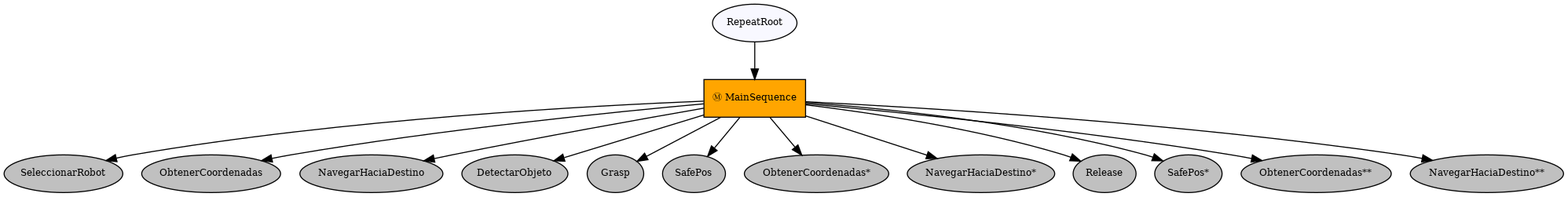
LuisLuar/Proyecto_Robotica keeps this Graphviz diagram as bt.png. Above is the earlier version. Its source is kept beside it as bt.dot. Source of this version:
```dot
digraph pastafarianism {
ordering=out;
graph [fontname="times-roman"];
node [fontname="times-roman"];
edge [fontname="times-roman"];
RepeatRoot [fillcolor=ghostwhite, fontcolor=black, fontsize=9, label=RepeatRoot, shape=ellipse, style=filled];
MainSequence [fillcolor=orange, fontcolor=black, fontsize=9, label="Ⓜ MainSequence", shape=box, style=filled];
RepeatRoot -> MainSequence;
SeleccionarRobot [fillcolor=gray, fontcolor=black, fontsize=9, label=SeleccionarRobot, shape=ellipse, style=filled];
MainSequence -> SeleccionarRobot;
ObtenerCoordenadas [fillcolor=gray, fontcolor=black, fontsize=9, label=ObtenerCoordenadas, shape=ellipse, style=filled];
MainSequence -> ObtenerCoordenadas;
NavegarHaciaDestino [fillcolor=gray, fontcolor=black, fontsize=9, label=NavegarHaciaDestino, shape=ellipse, style=filled];
MainSequence -> NavegarHaciaDestino;
DetectarObjeto [fillcolor=gray, fontcolor=black, fontsize=9, label=DetectarObjeto, shape=ellipse, style=filled];
MainSequence -> DetectarObjeto;
Grasp [fillcolor=gray, fontcolor=black, fontsize=9, label=Grasp, shape=ellipse, style=filled];
MainSequence -> Grasp;
SafePos [fillcolor=gray, fontcolor=black, fontsize=9, label=SafePos, shape=ellipse, style=filled];
MainSequence -> SafePos;
"ObtenerCoordenadas*" [fillcolor=gray, fontcolor=black, fontsize=9, label="ObtenerCoordenadas*", shape=ellipse, style=filled];
MainSequence -> "ObtenerCoordenadas*";
"NavegarHaciaDestino*" [fillcolor=gray, fontcolor=black, fontsize=9, label="NavegarHaciaDestino*", shape=ellipse, style=filled];
MainSequence -> "NavegarHaciaDestino*";
Release [fillcolor=gray, fontcolor=black, fontsize=9, label=Release, shape=ellipse, style=filled];
MainSequence -> Release;
"SafePos*" [fillcolor=gray, fontcolor=black, fontsize=9, label="SafePos*", shape=ellipse, style=filled];
MainSequence -> "SafePos*";
"ObtenerCoordenadas**" [fillcolor=gray, fontcolor=black, fontsize=9, label="ObtenerCoordenadas**", shape=ellipse, style=filled];
MainSequence -> "ObtenerCoordenadas**";
"NavegarHaciaDestino**" [fillcolor=gray, fontcolor=black, fontsize=9, label="NavegarHaciaDestino**", shape=ellipse, style=filled];
MainSequence -> "NavegarHaciaDestino**";
}
```
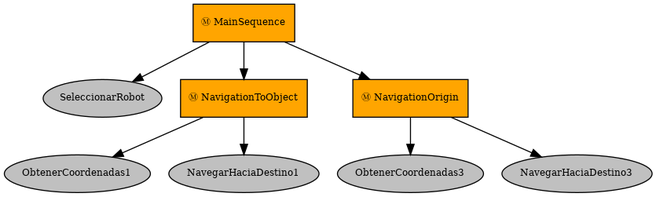
The same diagram one commit later.

Change to the diagram source:
```diff
@@ -3,31 +3,19 @@
 graph [fontname="times-roman"];
 node [fontname="times-roman"];
 edge [fontname="times-roman"];
-RepeatRoot [fillcolor=ghostwhite, fontcolor=black, fontsize=9, label=RepeatRoot, shape=ellipse, style=filled];
 MainSequence [fillcolor=orange, fontcolor=black, fontsize=9, label="Ⓜ MainSequence", shape=box, style=filled];
-RepeatRoot -> MainSequence;
 SeleccionarRobot [fillcolor=gray, fontcolor=black, fontsize=9, label=SeleccionarRobot, shape=ellipse, style=filled];
 MainSequence -> SeleccionarRobot;
-ObtenerCoordenadas [fillcolor=gray, fontcolor=black, fontsize=9, label=ObtenerCoordenadas, shape=ellipse, style=filled];
-MainSequence -> ObtenerCoordenadas;
-NavegarHaciaDestino [fillcolor=gray, fontcolor=black, fontsize=9, label=NavegarHaciaDestino, shape=ellipse, style=filled];
-MainSequence -> NavegarHaciaDestino;
-DetectarObjeto [fillcolor=gray, fontcolor=black, fontsize=9, label=DetectarObjeto, shape=ellipse, style=filled];
-MainSequence -> DetectarObjeto;
-Grasp [fillcolor=gray, fontcolor=black, fontsize=9, label=Grasp, shape=ellipse, style=filled];
-MainSequence -> Grasp;
-SafePos [fillcolor=gray, fontcolor=black, fontsize=9, label=SafePos, shape=ellipse, style=filled];
-MainSequence -> SafePos;
-"ObtenerCoordenadas*" [fillcolor=gray, fontcolor=black, fontsize=9, label="ObtenerCoordenadas*", shape=ellipse, style=filled];
-MainSequence -> "ObtenerCoordenadas*";
-"NavegarHaciaDestino*" [fillcolor=gray, fontcolor=black, fontsize=9, label="NavegarHaciaDestino*", shape=ellipse, style=filled];
-MainSequence -> "NavegarHaciaDestino*";
-Release [fillcolor=gray, fontcolor=black, fontsize=9, label=Release, shape=ellipse, style=filled];
-MainSequence -> Release;
-"SafePos*" [fillcolor=gray, fontcolor=black, fontsize=9, label="SafePos*", shape=ellipse, style=filled];
-MainSequence -> "SafePos*";
-"ObtenerCoordenadas**" [fillcolor=gray, fontcolor=black, fontsize=9, label="ObtenerCoordenadas**", shape=ellipse, style=filled];
-MainSequence -> "ObtenerCoordenadas**";
-"NavegarHaciaDestino**" [fillcolor=gray, fontcolor=black, fontsize=9, label="NavegarHaciaDestino**", shape=ellipse, style=filled];
-MainSequence -> "NavegarHaciaDestino**";
+NavigationToObject [fillcolor=orange, fontcolor=black, fontsize=9, label="Ⓜ NavigationToObject", shape=box, style=filled];
+MainSequence -> NavigationToObject;
+ObtenerCoordenadas1 [fillcolor=gray, fontcolor=black, fontsize=9, label=ObtenerCoordenadas1, shape=ellipse, style=filled];
+NavigationToObject -> ObtenerCoordenadas1;
+NavegarHaciaDestino1 [fillcolor=gray, fontcolor=black, fontsize=9, label=NavegarHaciaDestino1, shape=ellipse, style=filled];
+NavigationToObject -> NavegarHaciaDestino1;
+NavigationOrigin [fillcolor=orange, fontcolor=black, fontsize=9, label="Ⓜ NavigationOrigin", shape=box, style=filled];
+MainSequence -> NavigationOrigin;
+ObtenerCoordenadas3 [fillcolor=gray, fontcolor=black, fontsize=9, label=ObtenerCoordenadas3, shape=ellipse, style=filled];
+NavigationOrigin -> ObtenerCoordenadas3;
+NavegarHaciaDestino3 [fillcolor=gray, fontcolor=black, fontsize=9, label=NavegarHaciaDestino3, shape=ellipse, style=filled];
+NavigationOrigin -> NavegarHaciaDestino3;
 }
```
